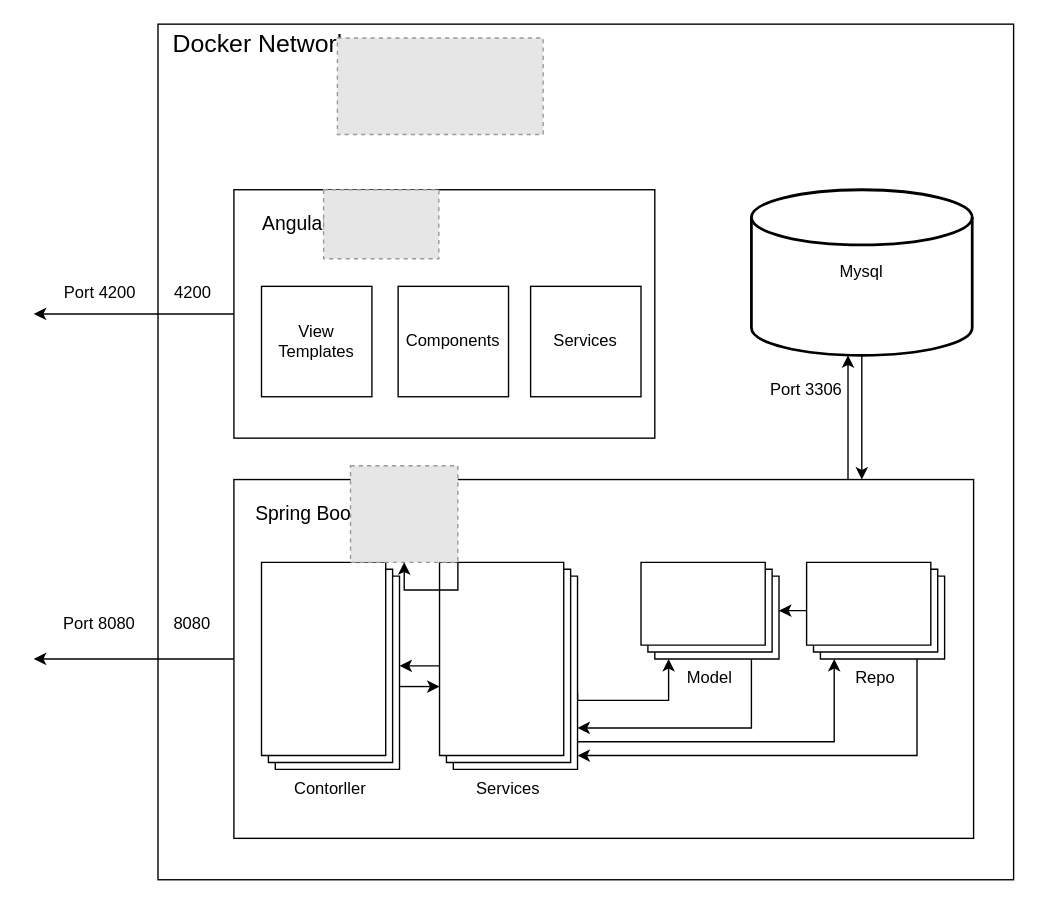
Earlier version of the draw.io diagram docs/resources/src/SystemOverview.drawio (Golo300/Kantinerado). Source tidied: cells renumbered, new cells numbered last; positions are measured from the earlier drawing's top-left corner, leaving out a move shared by most shapes. Both pictures are drawn from the tidied source at 138%, with x=0, y=0 at pixel (33, 23). Pictures stored in the file or linked from it are replaced by grey dashed boxes.
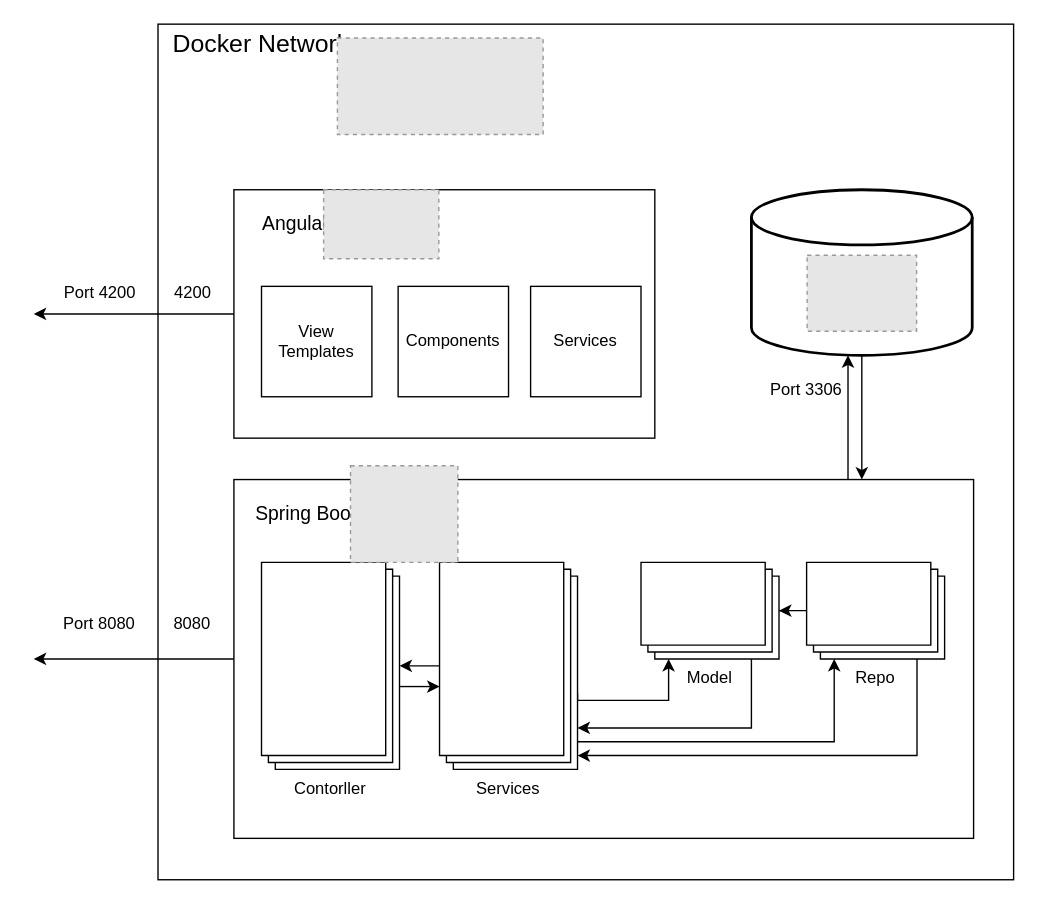
After the change.

Commit message (it also covers changes not shown here):
update system overview + grammatik error

The change refers to these unchanged cells:
```xml
<mxCell id="32" style="fillColor=#E6E6E6;strokeColor=#999999;dashed=1;verticalLabelPosition=bottom;labelBackgroundColor=default;verticalAlign=top;" parent="1" vertex="1">
  <mxGeometry x="229.5" y="320" width="77.8" height="70" as="geometry" />
</mxCell>
```

Diff of the diagram source:
```diff
@@
-    <mxCell id="28" value="Mysql" style="strokeWidth=2;html=1;shape=mxgraph.flowchart.database;whiteSpace=wrap;" parent="1" vertex="1">
+    <mxCell id="28" style="strokeWidth=2;html=1;shape=mxgraph.flowchart.database;whiteSpace=wrap;" parent="1" vertex="1">
       <mxGeometry x="520" y="120" width="160" height="120" as="geometry" />
     </mxCell>
@@
-    <mxCell id="33" style="edgeStyle=orthogonalEdgeStyle;rounded=0;orthogonalLoop=1;jettySize=auto;html=1;exitX=1;exitY=1;exitDx=0;exitDy=0;" parent="1" edge="1" source="32" target="32">
-      <mxGeometry relative="1" as="geometry" />
-    </mxCell>
+    <mxCell id="34" style="fillColor=#E6E6E6;strokeColor=#999999;dashed=1;verticalLabelPosition=bottom;labelBackgroundColor=default;verticalAlign=top;" parent="1" vertex="1">
+      <mxGeometry x="560.4" y="167.5" width="79.3" height="55" as="geometry" />
+    </mxCell>
```
